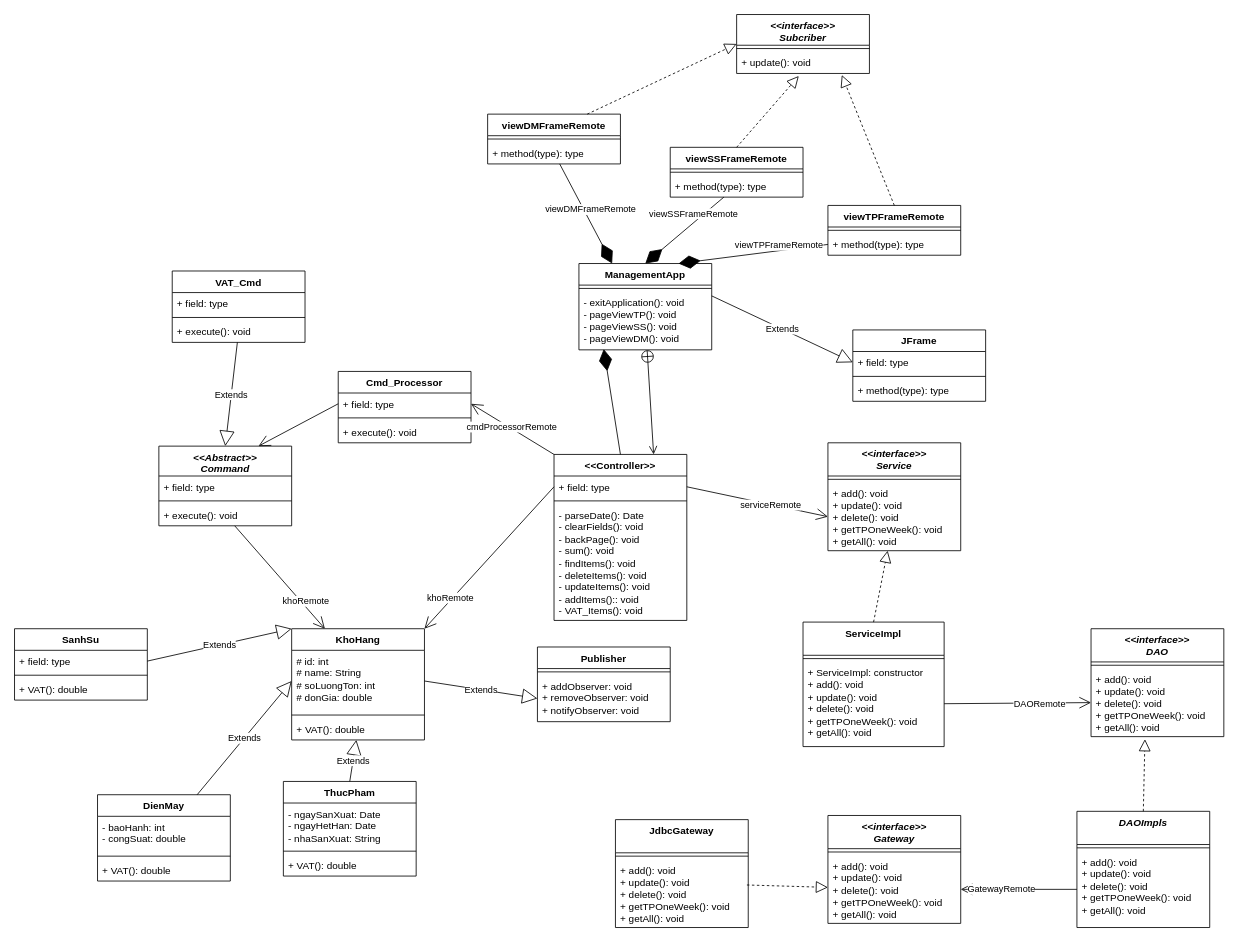
Earlier version of the draw.io diagram page "AllGoods" (5 of 11) of Diagrams.drawio (TMChi3n/DesignPattern). Source tidied: cells renumbered, new cells numbered last; positions are measured from the earlier drawing's top-left corner, leaving out a move shared by most shapes. Both pictures are drawn from the tidied source at 83%, with x=0, y=0 at pixel (14, 14).
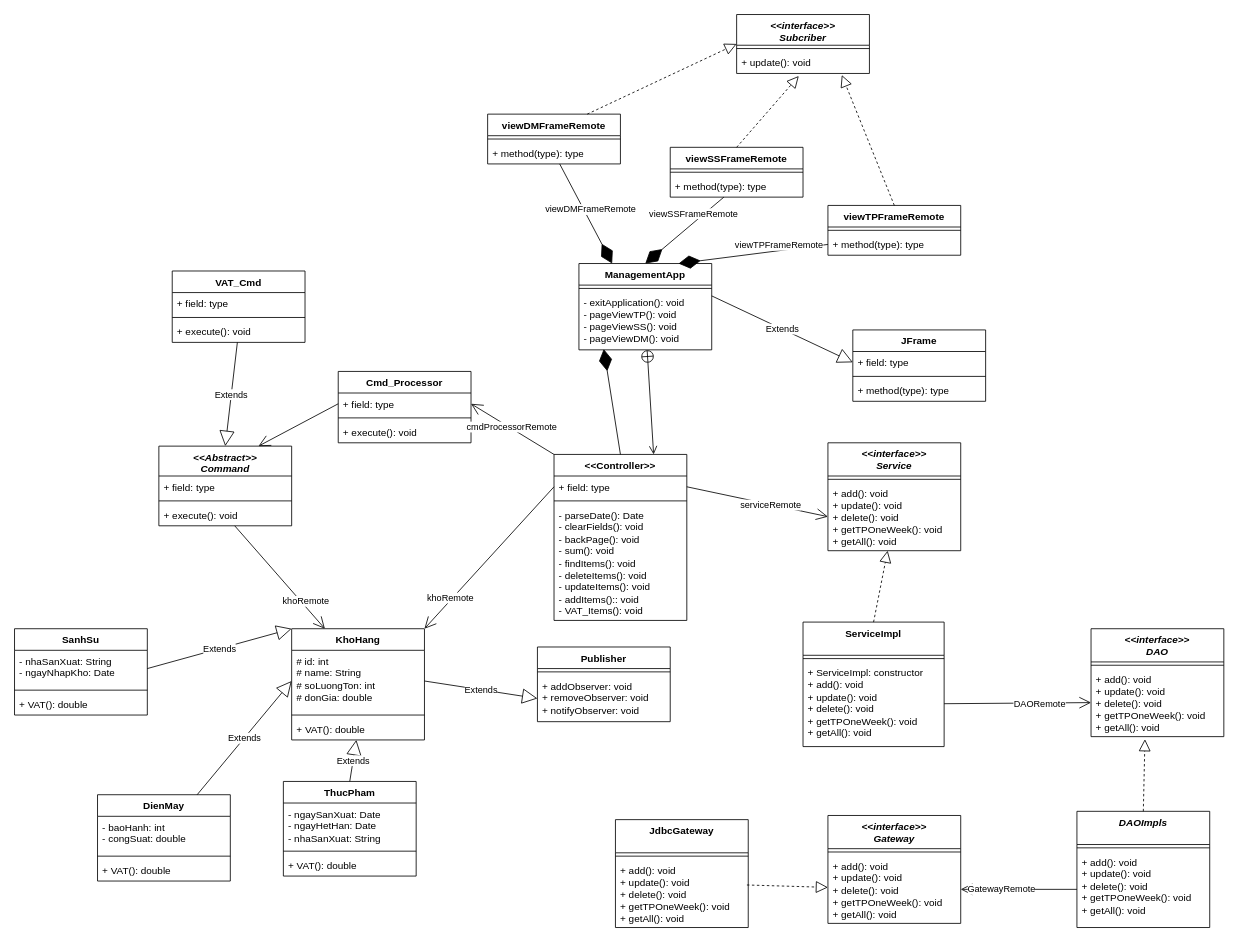
The same page after the edit.

What changed in the source:
```diff
@@
     <mxCell id="35" value="SanhSu" style="swimlane;fontStyle=1;align=center;verticalAlign=top;horizontal=1;startSize=26;whiteSpace=wrap;html=1;" parent="1" vertex="1">
-      <mxGeometry y="740" width="160" height="86" as="geometry" />
+      <mxGeometry y="740" width="160" height="104" as="geometry" />
     </mxCell>
-    <mxCell id="36" value="+ field: type" style="text;strokeColor=none;fillColor=none;align=left;verticalAlign=top;spacingLeft=4;spacingRight=4;overflow=hidden;points=[[0,0.5],[1,0.5]];portConstraint=eastwest;whiteSpace=wrap;html=1;" parent="35" vertex="1">
-      <mxGeometry y="26" width="160" height="26" as="geometry" />
+    <mxCell id="36" value="&lt;span style=&quot;background-color: rgb(255 , 255 , 255)&quot;&gt;- nhaSanXuat: String&lt;/span&gt;&lt;br style=&quot;padding: 0px ; margin: 0px ; background-color: rgb(255 , 255 , 255)&quot;&gt;&lt;span style=&quot;background-color: rgb(255 , 255 , 255)&quot;&gt;- ngayNhapKho: Date&lt;/span&gt;" style="text;strokeColor=none;fillColor=none;align=left;verticalAlign=top;spacingLeft=4;spacingRight=4;overflow=hidden;points=[[0,0.5],[1,0.5]];portConstraint=eastwest;whiteSpace=wrap;html=1;" parent="35" vertex="1">
+      <mxGeometry y="26" width="160" height="44" as="geometry" />
     </mxCell>
     <mxCell id="37" style="line;strokeWidth=1;fillColor=none;align=left;verticalAlign=middle;spacingTop=-1;spacingLeft=3;spacingRight=3;labelPosition=right;strokeColor=inherit;" parent="35" vertex="1">
-      <mxGeometry y="52" width="160" height="8" as="geometry" />
+      <mxGeometry y="70" width="160" height="8" as="geometry" />
     </mxCell>
     <mxCell id="38" value="+ VAT(): double" style="text;strokeColor=none;fillColor=none;align=left;verticalAlign=top;spacingLeft=4;spacingRight=4;overflow=hidden;whiteSpace=wrap;html=1;" parent="35" vertex="1">
-      <mxGeometry y="60" width="160" height="26" as="geometry" />
+      <mxGeometry y="78" width="160" height="26" as="geometry" />
     </mxCell>
```
